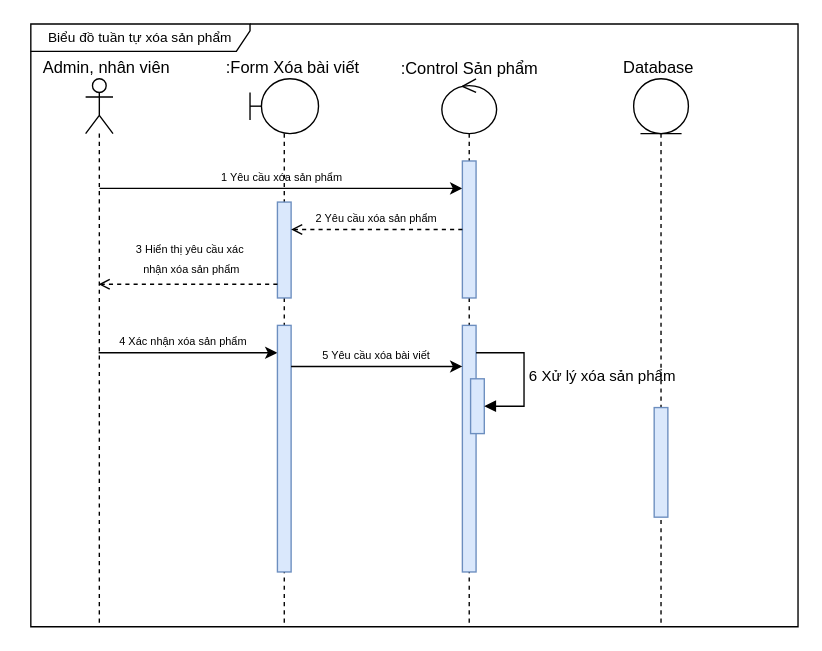
Earlier version of the draw.io diagram page "Page-18" (18 of 18) of shitttt.drawio (Ly-Tien-Dat/doantt). Source tidied: cells renumbered, new cells numbered last; positions are measured from the earlier drawing's top-left corner, leaving out a move shared by most shapes. Both pictures are drawn from the tidied source at 137%, with x=0, y=0 at pixel (23, 23).
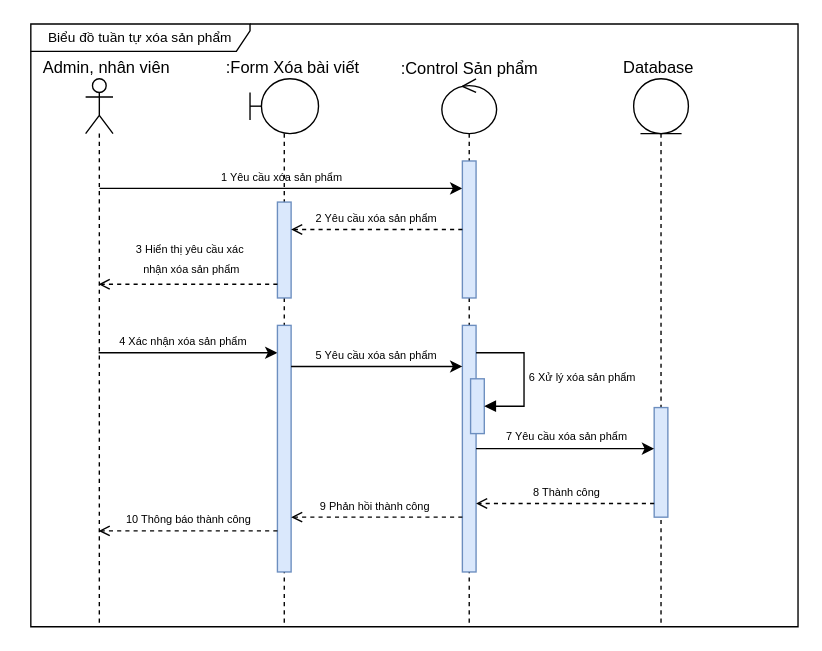
After the change.

Unchanged cells that the change refers to:
```xml
<mxCell id="7" style="shape=umlLifeline;perimeter=lifelinePerimeter;whiteSpace=wrap;html=1;outlineConnect=0;portConstraint=eastwest;newEdgeStyle={&quot;curved&quot;:0,&quot;rounded&quot;:0};participant=umlActor;" parent="1" vertex="1">
  <mxGeometry x="45" y="40" width="20" height="400" as="geometry" />
</mxCell>
<mxCell id="10" style="html=1;points=[[0,0,0,0,5],[0,1,0,0,-5],[1,0,0,0,5],[1,1,0,0,-5]];perimeter=orthogonalPerimeter;outlineConnect=0;targetShapes=umlLifeline;portConstraint=eastwest;newEdgeStyle={&quot;curved&quot;:0,&quot;rounded&quot;:0};fillColor=#dae8fc;strokeColor=#6c8ebf;" parent="8" vertex="1">
  <mxGeometry x="20" y="180" width="10" height="180" as="geometry" />
</mxCell>
<mxCell id="11" style="shape=umlLifeline;perimeter=lifelinePerimeter;whiteSpace=wrap;html=1;newEdgeStyle={&quot;curved&quot;:0,&quot;rounded&quot;:0};participant=umlControl;" parent="1" vertex="1">
  <mxGeometry x="305" y="40" width="40" height="400" as="geometry" />
</mxCell>
<mxCell id="13" style="html=1;points=[[0,0,0,0,5],[0,1,0,0,-5],[1,0,0,0,5],[1,1,0,0,-5]];perimeter=orthogonalPerimeter;outlineConnect=0;targetShapes=umlLifeline;portConstraint=eastwest;newEdgeStyle={&quot;curved&quot;:0,&quot;rounded&quot;:0};fillColor=#dae8fc;strokeColor=#6c8ebf;" parent="11" vertex="1">
  <mxGeometry x="15" y="180" width="10" height="180" as="geometry" />
</mxCell>
<mxCell id="14" style="html=1;points=[[0,0,0,0,5],[0,1,0,0,-5],[1,0,0,0,5],[1,1,0,0,-5]];perimeter=orthogonalPerimeter;outlineConnect=0;targetShapes=umlLifeline;portConstraint=eastwest;newEdgeStyle={&quot;curved&quot;:0,&quot;rounded&quot;:0};fillColor=#dae8fc;strokeColor=#6c8ebf;" parent="11" vertex="1">
  <mxGeometry x="21" y="219" width="10" height="40" as="geometry" />
</mxCell>
<mxCell id="17" style="html=1;points=[[0,0,0,0,5],[0,1,0,0,-5],[1,0,0,0,5],[1,1,0,0,-5]];perimeter=orthogonalPerimeter;outlineConnect=0;targetShapes=umlLifeline;portConstraint=eastwest;newEdgeStyle={&quot;curved&quot;:0,&quot;rounded&quot;:0};fillColor=#dae8fc;strokeColor=#6c8ebf;" parent="16" vertex="1">
  <mxGeometry x="15" y="240" width="10" height="80" as="geometry" />
</mxCell>
<mxCell id="26" style="edgeStyle=none;rounded=0;jettySize=auto;html=1;curved=0;" parent="1" edge="1" source="10" target="13">
  <mxGeometry relative="1" as="geometry">
    <Array as="points">
      <mxPoint x="255" y="250" />
    </Array>
  </mxGeometry>
</mxCell>
```

Diff of the diagram source:
```diff
@@
-    <mxCell id="15" value="6 Xử lý xóa sản phẩm" style="html=1;align=left;spacingLeft=2;endArrow=block;rounded=0;edgeStyle=orthogonalEdgeStyle;curved=0;rounded=0;" parent="11" edge="1" source="13" target="14">
+    <mxCell id="15" value="&lt;font style=&quot;font-size: 8px;&quot;&gt;6 Xử lý xóa sản phẩm&lt;/font&gt;" style="html=1;align=left;spacingLeft=2;endArrow=block;rounded=0;edgeStyle=orthogonalEdgeStyle;curved=0;rounded=0;" parent="11" edge="1" source="13" target="14">
       <mxGeometry relative="1" as="geometry">
         <Array as="points">
           <mxPoint x="60" y="200" />
           <mxPoint x="60" y="239" />
         </Array>
       </mxGeometry>
     </mxCell>
@@
-    <mxCell id="27" value="&lt;font style=&quot;font-size: 8px;&quot;&gt;5 Yêu cầu xóa bài viết&lt;/font&gt;" style="edgeLabel;html=1;align=center;verticalAlign=middle;" parent="26" vertex="1">
+    <mxCell id="27" value="&lt;font style=&quot;font-size: 8px;&quot;&gt;5 Yêu cầu xóa sản phẩm&lt;/font&gt;" style="edgeLabel;html=1;align=center;verticalAlign=middle;" parent="26" vertex="1">
       <mxGeometry x="-0.19" y="1" relative="1" as="geometry">
         <mxPoint x="10" y="-9" as="offset" />
       </mxGeometry>
     </mxCell>
+    <mxCell id="28" style="edgeStyle=none;rounded=0;jettySize=auto;html=1;curved=0;" parent="1" edge="1" source="13" target="17">
+      <mxGeometry relative="1" as="geometry" />
+    </mxCell>
+    <mxCell id="29" value="&lt;font style=&quot;font-size: 8px;&quot;&gt;7 Yêu cầu xóa sản phẩm&lt;/font&gt;" style="edgeLabel;html=1;align=center;verticalAlign=middle;" parent="28" vertex="1">
+      <mxGeometry x="-0.09" y="1" relative="1" as="geometry">
+        <mxPoint x="6" y="-10" as="offset" />
+      </mxGeometry>
+    </mxCell>
+    <mxCell id="30" style="edgeStyle=none;rounded=0;jettySize=auto;html=1;curved=0;dashed=1;endArrow=open;endFill=0;" parent="1" edge="1" source="17" target="13">
+      <mxGeometry relative="1" as="geometry">
+        <Array as="points">
+          <mxPoint x="395" y="350" />
+        </Array>
+      </mxGeometry>
+    </mxCell>
+    <mxCell id="31" value="&lt;font style=&quot;font-size: 8px;&quot;&gt;8 Thành công&lt;/font&gt;" style="edgeLabel;html=1;align=center;verticalAlign=middle;" parent="30" vertex="1">
+      <mxGeometry x="0.14" y="-1" relative="1" as="geometry">
+        <mxPoint x="9" y="-9" as="offset" />
+      </mxGeometry>
+    </mxCell>
+    <mxCell id="32" style="edgeStyle=none;rounded=0;jettySize=auto;html=1;curved=0;dashed=1;endArrow=open;endFill=0;" parent="1" edge="1" source="13" target="10">
+      <mxGeometry relative="1" as="geometry">
+        <Array as="points">
+          <mxPoint x="255" y="360" />
+        </Array>
+      </mxGeometry>
+    </mxCell>
+    <mxCell id="33" value="&lt;font style=&quot;font-size: 8px;&quot;&gt;9 Phản hồi thành công&lt;/font&gt;" style="edgeLabel;html=1;align=center;verticalAlign=middle;" parent="32" vertex="1">
+      <mxGeometry x="0.24" y="-1" relative="1" as="geometry">
+        <mxPoint x="13" y="-9" as="offset" />
+      </mxGeometry>
+    </mxCell>
+    <mxCell id="34" style="edgeStyle=none;rounded=0;jettySize=auto;html=1;curved=0;dashed=1;endArrow=open;endFill=0;" parent="1" edge="1" source="10" target="7">
+      <mxGeometry relative="1" as="geometry">
+        <Array as="points">
+          <mxPoint x="115" y="370" />
+        </Array>
+      </mxGeometry>
+    </mxCell>
+    <mxCell id="35" value="&lt;font style=&quot;font-size: 8px;&quot;&gt;10 Thông báo thành công&lt;/font&gt;" style="edgeLabel;html=1;align=center;verticalAlign=middle;" parent="34" vertex="1">
+      <mxGeometry x="0.22" y="-2" relative="1" as="geometry">
+        <mxPoint x="14" y="-8" as="offset" />
+      </mxGeometry>
+    </mxCell>
```
